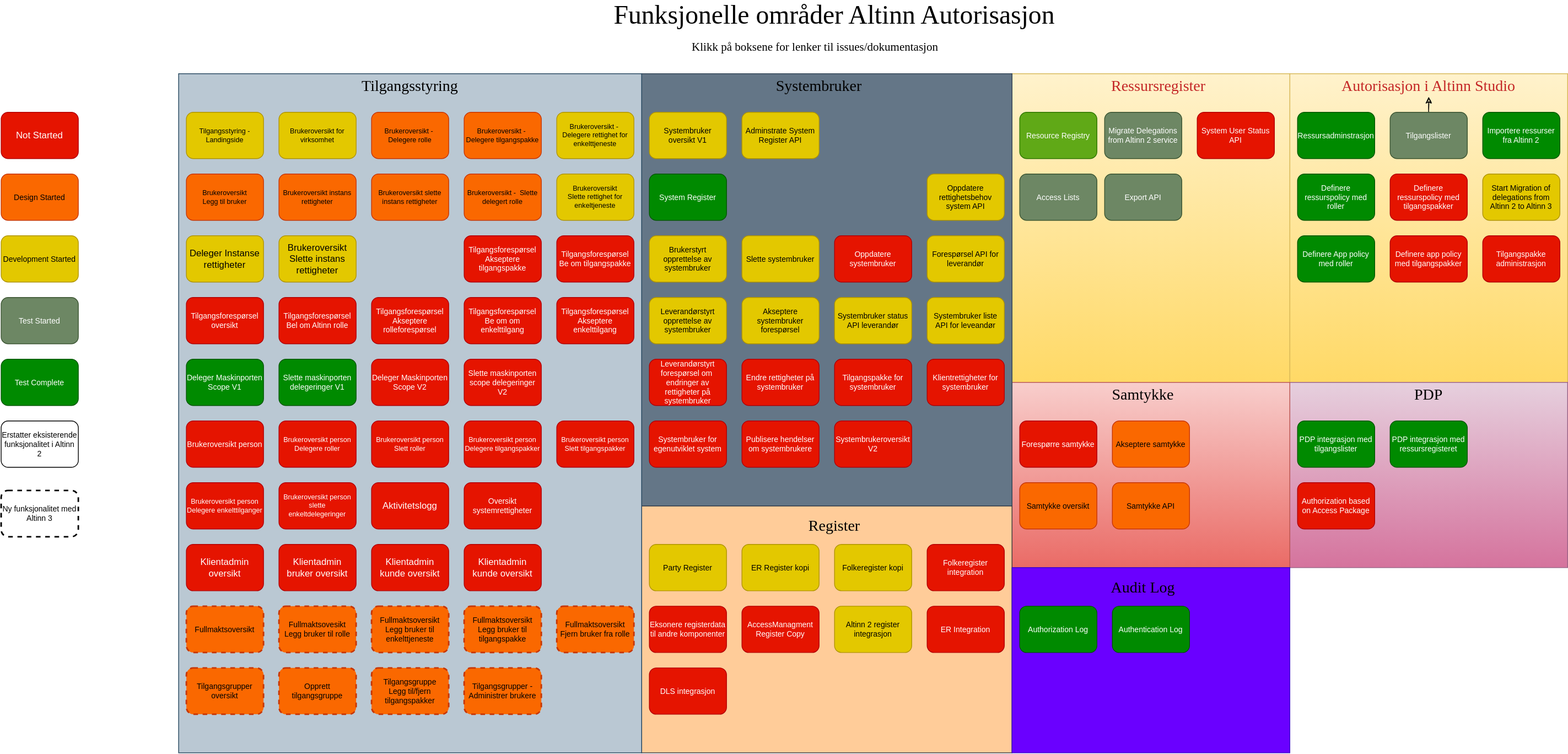
Earlier version of the draw.io export content/authorization/what-do-you-get/functionalareas.drawio.svg (Altinn/altinn-studio-docs). Source tidied: cells renumbered, new cells last; positions are measured from the earlier drawing's top-left corner, leaving out a move shared by most shapes.
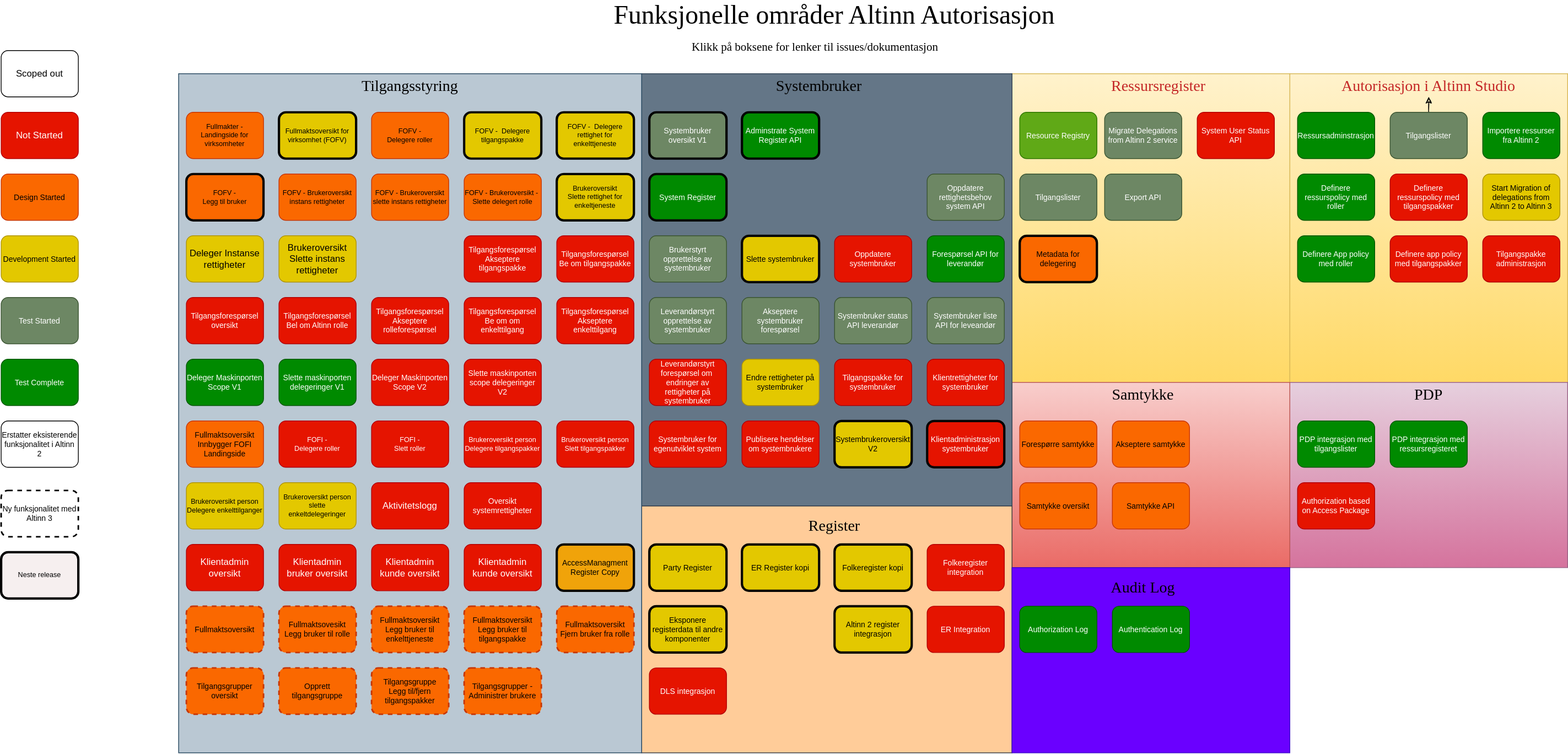
Above is the later version.

The edit, as a diff of the source:
```diff
@@ -25,3 +25,3 @@
     </mxCell>
-    <mxCell id="9" value="Brukeroversikt for virksomhet" style="rounded=1;whiteSpace=wrap;html=1;fontSize=9;fillColor=#e3c800;fontColor=#000000;strokeColor=#B09500;" parent="1" vertex="1">
+    <mxCell id="9" value="Fullmaktsoversikt for virksomhet (FOFV)" style="rounded=1;whiteSpace=wrap;html=1;fontSize=9;fillColor=#e3c800;fontColor=#000000;strokeColor=#000000;strokeWidth=3;" parent="1" vertex="1">
       <mxGeometry x="360" y="140" width="100" height="60" as="geometry" />
@@ -31,3 +31,3 @@
     </mxCell>
-    <mxCell id="11" value="Brukeroversikt&lt;br style=&quot;font-size: 9px;&quot;&gt;Legg til bruker" style="rounded=1;whiteSpace=wrap;html=1;fontSize=9;fillColor=#fa6800;fontColor=#000000;strokeColor=#C73500;" parent="1" vertex="1">
+    <mxCell id="11" value="FOFV -&amp;nbsp;&lt;br style=&quot;font-size: 9px;&quot;&gt;Legg til bruker" style="rounded=1;whiteSpace=wrap;html=1;fontSize=9;fillColor=#fa6800;fontColor=#000000;strokeColor=#050505;strokeWidth=3;" parent="1" vertex="1">
       <mxGeometry x="240" y="220" width="100" height="60" as="geometry" />
@@ -37,3 +37,3 @@
     </mxCell>
-    <mxCell id="13" value="Brukeroversikt&lt;br style=&quot;font-size: 9px;&quot;&gt;Slette rettighet for enkeltjeneste" style="rounded=1;whiteSpace=wrap;html=1;fillColor=#e3c800;fontColor=#000000;strokeColor=#B09500;fontSize=9;" parent="1" vertex="1">
+    <mxCell id="13" value="Brukeroversikt&lt;br style=&quot;font-size: 9px;&quot;&gt;Slette rettighet for enkeltjeneste" style="rounded=1;whiteSpace=wrap;html=1;fillColor=#e3c800;fontColor=#000000;strokeColor=#000000;fontSize=9;strokeWidth=3;" parent="1" vertex="1">
       <mxGeometry x="720" y="220" width="100" height="60" as="geometry" />
@@ -61,24 +61,24 @@
     </mxCell>
-    <mxCell id="21" value="Brukeroversikt instans rettigheter" style="rounded=1;whiteSpace=wrap;html=1;fontSize=9;fillColor=#fa6800;fontColor=#000000;strokeColor=#C73500;" parent="1" vertex="1">
+    <mxCell id="21" value="FOFV - Brukeroversikt instans rettigheter" style="rounded=1;whiteSpace=wrap;html=1;fontSize=9;fillColor=#fa6800;fontColor=#000000;strokeColor=#C73500;" parent="1" vertex="1">
       <mxGeometry x="360" y="220" width="100" height="60" as="geometry" />
     </mxCell>
-    <mxCell id="22" value="Systembruker oversikt V1" style="rounded=1;whiteSpace=wrap;html=1;fontSize=10;fillColor=#e3c800;fontColor=#000000;strokeColor=#B09500;" parent="1" vertex="1">
+    <mxCell id="22" value="Systembruker oversikt V1" style="rounded=1;whiteSpace=wrap;html=1;fontSize=10;fillColor=#6d8764;fontColor=#ffffff;strokeColor=#000000;strokeWidth=3;" parent="1" vertex="1">
       <mxGeometry x="840" y="140" width="100" height="60" as="geometry" />
     </mxCell>
-    <mxCell id="23" value="System Register" style="rounded=1;whiteSpace=wrap;html=1;fontSize=10;fillColor=#008a00;fontColor=#ffffff;strokeColor=#005700;" parent="1" vertex="1">
+    <mxCell id="23" value="System Register" style="rounded=1;whiteSpace=wrap;html=1;fontSize=10;fillColor=#008a00;fontColor=#ffffff;strokeColor=#080808;strokeWidth=3;" parent="1" vertex="1">
       <mxGeometry x="840" y="220" width="100" height="60" as="geometry" />
     </mxCell>
-    <mxCell id="24" value="Adminstrate System Register API" style="rounded=1;whiteSpace=wrap;html=1;fontSize=10;fillColor=#e3c800;fontColor=#000000;strokeColor=#B09500;" parent="1" vertex="1">
+    <mxCell id="24" value="Adminstrate System Register API" style="rounded=1;whiteSpace=wrap;html=1;fontSize=10;fillColor=#008a00;fontColor=#ffffff;strokeColor=#000000;strokeWidth=3;" parent="1" vertex="1">
       <mxGeometry x="960" y="140" width="100" height="60" as="geometry" />
     </mxCell>
-    <mxCell id="25" value="Brukerstyrt opprettelse av systembruker" style="rounded=1;whiteSpace=wrap;html=1;fontSize=10;fillColor=#e3c800;fontColor=#000000;strokeColor=#B09500;" parent="1" vertex="1">
+    <mxCell id="25" value="Brukerstyrt opprettelse av systembruker" style="rounded=1;whiteSpace=wrap;html=1;fontSize=10;fillColor=#6d8764;fontColor=#ffffff;strokeColor=#3A5431;" parent="1" vertex="1">
       <mxGeometry x="840" y="300" width="100" height="60" as="geometry" />
     </mxCell>
-    <mxCell id="26" value="Slette systembruker" style="rounded=1;whiteSpace=wrap;html=1;fontSize=10;fillColor=#e3c800;fontColor=#000000;strokeColor=#B09500;" parent="1" vertex="1">
+    <mxCell id="26" value="Slette systembruker" style="rounded=1;whiteSpace=wrap;html=1;fontSize=10;fillColor=#e3c800;fontColor=#000000;strokeColor=#080808;strokeWidth=3;" parent="1" vertex="1">
       <mxGeometry x="960" y="300" width="100" height="60" as="geometry" />
     </mxCell>
-    <mxCell id="27" value="Leverandørstyrt opprettelse av systembruker" style="rounded=1;whiteSpace=wrap;html=1;fontSize=10;fillColor=#e3c800;fontColor=#000000;strokeColor=#B09500;" parent="1" vertex="1">
+    <mxCell id="27" value="Leverandørstyrt opprettelse av systembruker" style="rounded=1;whiteSpace=wrap;html=1;fontSize=10;fillColor=#6d8764;fontColor=#ffffff;strokeColor=#3A5431;" parent="1" vertex="1">
       <mxGeometry x="840" y="380" width="100" height="60" as="geometry" />
     </mxCell>
-    <mxCell id="28" value="Akseptere systembruker forespørsel" style="rounded=1;whiteSpace=wrap;html=1;fontSize=10;fillColor=#e3c800;fontColor=#000000;strokeColor=#B09500;" parent="1" vertex="1">
+    <mxCell id="28" value="Akseptere systembruker forespørsel" style="rounded=1;whiteSpace=wrap;html=1;fontSize=10;fillColor=#6d8764;fontColor=#ffffff;strokeColor=#3A5431;" parent="1" vertex="1">
       <mxGeometry x="960" y="380" width="100" height="60" as="geometry" />
@@ -100,3 +100,3 @@
     </mxCell>
-    <mxCell id="34" value="Access Lists" style="rounded=1;whiteSpace=wrap;html=1;fontSize=10;fillColor=#6d8764;fontColor=#ffffff;strokeColor=#3A5431;" parent="1" vertex="1">
+    <mxCell id="34" value="Tilgangslister" style="rounded=1;whiteSpace=wrap;html=1;fontSize=10;fillColor=#6d8764;fontColor=#ffffff;strokeColor=#3A5431;" parent="1" vertex="1">
       <mxGeometry x="1320" y="220" width="100" height="60" as="geometry" />
@@ -109,15 +109,15 @@
     </mxCell>
-    <mxCell id="37" value="Party Register" style="rounded=1;whiteSpace=wrap;html=1;fontSize=10;fillColor=#e3c800;fontColor=#000000;strokeColor=#B09500;" parent="1" vertex="1">
+    <mxCell id="37" value="Party Register" style="rounded=1;whiteSpace=wrap;html=1;fontSize=10;fillColor=#e3c800;fontColor=#000000;strokeColor=#000000;strokeWidth=3;" parent="1" vertex="1">
       <mxGeometry x="840" y="700" width="100" height="60" as="geometry" />
     </mxCell>
-    <mxCell id="38" value="ER Register kopi" style="rounded=1;whiteSpace=wrap;html=1;fontSize=10;fillColor=#e3c800;fontColor=#000000;strokeColor=#B09500;" parent="1" vertex="1">
+    <mxCell id="38" value="ER Register kopi" style="rounded=1;whiteSpace=wrap;html=1;fontSize=10;fillColor=#e3c800;fontColor=#000000;strokeColor=#050505;strokeWidth=3;" parent="1" vertex="1">
       <mxGeometry x="960" y="700" width="100" height="60" as="geometry" />
     </mxCell>
-    <mxCell id="39" value="Folkeregister kopi" style="rounded=1;whiteSpace=wrap;html=1;fontSize=10;fillColor=#e3c800;fontColor=#000000;strokeColor=#B09500;" parent="1" vertex="1">
+    <mxCell id="39" value="Folkeregister kopi" style="rounded=1;whiteSpace=wrap;html=1;fontSize=10;fillColor=#e3c800;fontColor=#000000;strokeColor=#000000;strokeWidth=3;" parent="1" vertex="1">
       <mxGeometry x="1080" y="700" width="100" height="60" as="geometry" />
     </mxCell>
-    <mxCell id="40" value="Eksonere registerdata til andre komponenter" style="rounded=1;whiteSpace=wrap;html=1;fontSize=10;fillColor=#e51400;fontColor=#ffffff;strokeColor=#B20000;" parent="1" vertex="1">
+    <mxCell id="40" value="Eksponere registerdata til andre komponenter" style="rounded=1;whiteSpace=wrap;html=1;fontSize=10;fillColor=#e3c800;fontColor=#000000;strokeColor=#000000;strokeWidth=3;" parent="1" vertex="1">
       <mxGeometry x="840" y="780" width="100" height="60" as="geometry" />
     </mxCell>
-    <mxCell id="41" value="Forespørre samtykke" style="rounded=1;whiteSpace=wrap;html=1;fontSize=10;fillColor=#e51400;fontColor=#ffffff;strokeColor=#B20000;" parent="1" vertex="1">
+    <mxCell id="41" value="Forespørre samtykke" style="rounded=1;whiteSpace=wrap;html=1;fontSize=10;fillColor=#fa6800;fontColor=#000000;strokeColor=#C73500;" parent="1" vertex="1">
       <mxGeometry x="1320" y="540" width="100" height="60" as="geometry" />
@@ -133,6 +133,6 @@
     </mxCell>
-    <mxCell id="45" value="AccessManagment Register Copy" style="rounded=1;whiteSpace=wrap;html=1;fontSize=10;fillColor=#e51400;fontColor=#ffffff;strokeColor=#B20000;" parent="1" vertex="1">
-      <mxGeometry x="960" y="780" width="100" height="60" as="geometry" />
+    <mxCell id="45" value="AccessManagment Register Copy" style="rounded=1;whiteSpace=wrap;html=1;fontSize=10;fillColor=#f0a30a;fontColor=#000000;strokeColor=#050505;strokeWidth=3;" parent="1" vertex="1">
+      <mxGeometry x="720" y="700" width="100" height="60" as="geometry" />
     </mxCell>
-    <mxCell id="46" value="Altinn 2 register integrasjon" style="rounded=1;whiteSpace=wrap;html=1;fontSize=10;fillColor=#e3c800;fontColor=#000000;strokeColor=#B09500;" parent="1" vertex="1">
+    <mxCell id="46" value="Altinn 2 register integrasjon" style="rounded=1;whiteSpace=wrap;html=1;fontSize=10;fillColor=#e3c800;fontColor=#000000;strokeColor=#050505;strokeWidth=3;" parent="1" vertex="1">
       <mxGeometry x="1080" y="780" width="100" height="60" as="geometry" />
@@ -187,3 +187,3 @@
     </mxCell>
-    <mxCell id="63" value="Brukeroversikt person" style="rounded=1;whiteSpace=wrap;html=1;fontSize=10;fillColor=#e51400;fontColor=#ffffff;strokeColor=#B20000;" parent="1" vertex="1">
+    <mxCell id="63" value="Fullmaktsoversikt Innbygger FOFI&lt;br&gt;Landingside" style="rounded=1;whiteSpace=wrap;html=1;fontSize=10;fillColor=#fa6800;fontColor=#000000;strokeColor=#C73500;" parent="1" vertex="1">
       <mxGeometry x="240" y="540" width="100" height="60" as="geometry" />
@@ -208,3 +208,3 @@
     </mxCell>
-    <mxCell id="70" value="Systembruker status API leverandør" style="rounded=1;whiteSpace=wrap;html=1;fontSize=10;fillColor=#e3c800;fontColor=#000000;strokeColor=#B09500;" parent="1" vertex="1">
+    <mxCell id="70" value="Systembruker status API leverandør" style="rounded=1;whiteSpace=wrap;html=1;fontSize=10;fillColor=#6d8764;fontColor=#ffffff;strokeColor=#3A5431;" parent="1" vertex="1">
       <mxGeometry x="1080" y="380" width="100" height="60" as="geometry" />
@@ -241,3 +241,3 @@
     </mxCell>
-    <mxCell id="81" value="Tilgangsstyring - Landingside" style="rounded=1;whiteSpace=wrap;html=1;fontSize=9;fillColor=#e3c800;fontColor=#000000;strokeColor=#B09500;" parent="1" vertex="1">
+    <mxCell id="81" value="Fullmakter - Landingside for virksomheter" style="rounded=1;whiteSpace=wrap;html=1;fontSize=9;fillColor=#fa6800;fontColor=#000000;strokeColor=#C73500;" parent="1" vertex="1">
       <mxGeometry x="240" y="140" width="100" height="60" as="geometry" />
@@ -247,3 +247,3 @@
     </mxCell>
-    <mxCell id="83" value="Systembrukeroversikt V2" style="rounded=1;whiteSpace=wrap;html=1;fontSize=10;fillColor=#e51400;fontColor=#ffffff;strokeColor=#B20000;" parent="1" vertex="1">
+    <mxCell id="83" value="Systembrukeroversikt V2" style="rounded=1;whiteSpace=wrap;html=1;fontSize=10;fillColor=#e3c800;fontColor=#000000;strokeColor=#000000;strokeWidth=3;" parent="1" vertex="1">
       <mxGeometry x="1080" y="540" width="100" height="60" as="geometry" />
@@ -280,9 +280,9 @@
     </mxCell>
-    <mxCell id="94" value="Systembruker liste API for leveandør" style="rounded=1;whiteSpace=wrap;html=1;fontSize=10;fillColor=#e3c800;fontColor=#000000;strokeColor=#B09500;" parent="1" vertex="1">
+    <mxCell id="94" value="Systembruker liste API for leveandør" style="rounded=1;whiteSpace=wrap;html=1;fontSize=10;fillColor=#6d8764;fontColor=#ffffff;strokeColor=#3A5431;" parent="1" vertex="1">
       <mxGeometry x="1200" y="380" width="100" height="60" as="geometry" />
     </mxCell>
-    <mxCell id="95" value="Forespørsel API for leverandør" style="rounded=1;whiteSpace=wrap;html=1;fontSize=10;fillColor=#e3c800;fontColor=#000000;strokeColor=#B09500;" parent="1" vertex="1">
+    <mxCell id="95" value="Forespørsel API for leverandør" style="rounded=1;whiteSpace=wrap;html=1;fontSize=10;fillColor=#008a00;fontColor=#ffffff;strokeColor=#005700;" parent="1" vertex="1">
       <mxGeometry x="1200" y="300" width="100" height="60" as="geometry" />
     </mxCell>
-    <mxCell id="96" value="Oppdatere rettighetsbehov system API" style="rounded=1;whiteSpace=wrap;html=1;fontSize=10;fillColor=#e3c800;fontColor=#000000;strokeColor=#B09500;" parent="1" vertex="1">
+    <mxCell id="96" value="Oppdatere rettighetsbehov system API" style="rounded=1;whiteSpace=wrap;html=1;fontSize=10;fillColor=#6d8764;fontColor=#ffffff;strokeColor=#3A5431;" parent="1" vertex="1">
       <mxGeometry x="1200" y="220" width="100" height="60" as="geometry" />
@@ -292,3 +292,3 @@
     </mxCell>
-    <mxCell id="98" value="Endre rettigheter på systembruker" style="rounded=1;whiteSpace=wrap;html=1;fontSize=10;fillColor=#e51400;fontColor=#ffffff;strokeColor=#B20000;" parent="1" vertex="1">
+    <mxCell id="98" value="Endre rettigheter på systembruker" style="rounded=1;whiteSpace=wrap;html=1;fontSize=10;fillColor=#e3c800;fontColor=#000000;strokeColor=#B09500;" parent="1" vertex="1">
       <mxGeometry x="960" y="460" width="100" height="60" as="geometry" />
@@ -310,9 +310,9 @@
     </mxCell>
-    <mxCell id="104" value="Brukeroversikt -&amp;nbsp; Delegere rolle" style="rounded=1;whiteSpace=wrap;html=1;fontSize=9;fillColor=#fa6800;fontColor=#000000;strokeColor=#C73500;" parent="1" vertex="1">
+    <mxCell id="104" value="FOFV - &lt;br&gt;Delegere roller" style="rounded=1;whiteSpace=wrap;html=1;fontSize=9;fillColor=#fa6800;fontColor=#000000;strokeColor=#C73500;" parent="1" vertex="1">
       <mxGeometry x="480" y="140" width="100" height="60" as="geometry" />
     </mxCell>
-    <mxCell id="105" value="Brukeroversikt -&amp;nbsp; Delegere tilgangspakke" style="rounded=1;whiteSpace=wrap;html=1;fontSize=9;fillColor=#fa6800;fontColor=#000000;strokeColor=#C73500;" parent="1" vertex="1">
+    <mxCell id="105" value="FOFV -&amp;nbsp; Delegere tilgangspakke" style="rounded=1;whiteSpace=wrap;html=1;fontSize=9;fillColor=#e3c800;fontColor=#000000;strokeColor=#0a0a0a;strokeWidth=3;" parent="1" vertex="1">
       <mxGeometry x="600" y="140" width="100" height="60" as="geometry" />
     </mxCell>
-    <mxCell id="106" value="Brukeroversikt -&amp;nbsp; Delegere rettighet for enkelttjeneste" style="rounded=1;whiteSpace=wrap;html=1;fontSize=9;fillColor=#e3c800;fontColor=#000000;strokeColor=#B09500;" parent="1" vertex="1">
+    <mxCell id="106" value="FOFV -&amp;nbsp; Delegere rettighet for enkelttjeneste" style="rounded=1;whiteSpace=wrap;html=1;fontSize=9;fillColor=#e3c800;fontColor=#000000;strokeColor=#000000;strokeWidth=3;" parent="1" vertex="1">
       <mxGeometry x="720" y="140" width="100" height="60" as="geometry" />
@@ -331,6 +331,6 @@
     </mxCell>
-    <mxCell id="111" value="Brukeroversikt slette instans rettigheter" style="rounded=1;whiteSpace=wrap;html=1;fontSize=9;fillColor=#fa6800;fontColor=#000000;strokeColor=#C73500;" parent="1" vertex="1">
+    <mxCell id="111" value="FOFV - Brukeroversikt slette instans rettigheter" style="rounded=1;whiteSpace=wrap;html=1;fontSize=9;fillColor=#fa6800;fontColor=#000000;strokeColor=#C73500;" parent="1" vertex="1">
       <mxGeometry x="480" y="220" width="100" height="60" as="geometry" />
     </mxCell>
-    <mxCell id="112" value="Brukeroversikt -&amp;nbsp; Slette delegert rolle" style="rounded=1;whiteSpace=wrap;html=1;fontSize=9;fillColor=#fa6800;fontColor=#000000;strokeColor=#C73500;" parent="1" vertex="1">
+    <mxCell id="112" value="FOFV - Brukeroversikt -&amp;nbsp; Slette delegert rolle" style="rounded=1;whiteSpace=wrap;html=1;fontSize=9;fillColor=#fa6800;fontColor=#000000;strokeColor=#C73500;" parent="1" vertex="1">
       <mxGeometry x="600" y="220" width="100" height="60" as="geometry" />
@@ -343,6 +343,6 @@
     </mxCell>
-    <mxCell id="115" value="Brukeroversikt person&lt;br style=&quot;font-size: 9px;&quot;&gt;Delegere roller" style="rounded=1;whiteSpace=wrap;html=1;fontSize=9;fillColor=#e51400;fontColor=#ffffff;strokeColor=#B20000;" parent="1" vertex="1">
+    <mxCell id="115" value="FOFI -&amp;nbsp;&lt;br style=&quot;font-size: 9px;&quot;&gt;Delegere roller" style="rounded=1;whiteSpace=wrap;html=1;fontSize=9;fillColor=#e51400;fontColor=#ffffff;strokeColor=#B20000;" parent="1" vertex="1">
       <mxGeometry x="360" y="540" width="100" height="60" as="geometry" />
     </mxCell>
-    <mxCell id="116" value="Brukeroversikt person&lt;br style=&quot;font-size: 9px;&quot;&gt;Slett roller" style="rounded=1;whiteSpace=wrap;html=1;fontSize=9;fillColor=#e51400;fontColor=#ffffff;strokeColor=#B20000;" parent="1" vertex="1">
+    <mxCell id="116" value="FOFI -&lt;br style=&quot;font-size: 9px;&quot;&gt;Slett roller" style="rounded=1;whiteSpace=wrap;html=1;fontSize=9;fillColor=#e51400;fontColor=#ffffff;strokeColor=#B20000;" parent="1" vertex="1">
       <mxGeometry x="480" y="540" width="100" height="60" as="geometry" />
@@ -364,8 +364,20 @@
     </mxCell>
-    <mxCell id="122" value="Brukeroversikt person&lt;br style=&quot;font-size: 9px;&quot;&gt;Delegere enkelttilganger" style="rounded=1;whiteSpace=wrap;html=1;fontSize=9;fillColor=#e51400;fontColor=#ffffff;strokeColor=#B20000;" parent="1" vertex="1">
+    <mxCell id="122" value="Brukeroversikt person&lt;br style=&quot;font-size: 9px;&quot;&gt;Delegere enkelttilganger" style="rounded=1;whiteSpace=wrap;html=1;fontSize=9;fillColor=#e3c800;fontColor=#000000;strokeColor=#B09500;" parent="1" vertex="1">
       <mxGeometry x="240" y="620" width="100" height="60" as="geometry" />
     </mxCell>
-    <mxCell id="123" value="Brukeroversikt person&lt;br style=&quot;font-size: 9px;&quot;&gt;slette enkeltdelegeringer" style="rounded=1;whiteSpace=wrap;html=1;fontSize=9;fillColor=#e51400;fontColor=#ffffff;strokeColor=#B20000;" parent="1" vertex="1">
+    <mxCell id="123" value="Brukeroversikt person&lt;br style=&quot;font-size: 9px;&quot;&gt;slette enkeltdelegeringer" style="rounded=1;whiteSpace=wrap;html=1;fontSize=9;fillColor=#e3c800;fontColor=#000000;strokeColor=#B09500;" parent="1" vertex="1">
       <mxGeometry x="360" y="620" width="100" height="60" as="geometry" />
     </mxCell>
+    <mxCell id="124" value="Scoped out" style="rounded=1;whiteSpace=wrap;html=1;" parent="1" vertex="1">
+      <mxGeometry y="60" width="100" height="60" as="geometry" />
+    </mxCell>
+    <mxCell id="125" value="Klientadministrasjon systembruker" style="rounded=1;whiteSpace=wrap;html=1;fontSize=10;fillColor=#e51400;fontColor=#ffffff;strokeColor=#050505;strokeWidth=3;" parent="1" vertex="1">
+      <mxGeometry x="1200" y="540" width="100" height="60" as="geometry" />
+    </mxCell>
+    <mxCell id="126" value="Neste release" style="rounded=1;whiteSpace=wrap;html=1;fillColor=#f6efef;fontColor=#000000;strokeColor=#000000;fontSize=9;strokeWidth=3;" parent="1" vertex="1">
+      <mxGeometry y="710" width="100" height="60" as="geometry" />
+    </mxCell>
+    <mxCell id="127" value="Metadata for delegering" style="rounded=1;whiteSpace=wrap;html=1;fontSize=10;fillColor=#fa6800;fontColor=#000000;strokeColor=#000000;strokeWidth=3;" parent="1" vertex="1">
+      <mxGeometry x="1320" y="300" width="100" height="60" as="geometry" />
+    </mxCell>
   </root>
```
